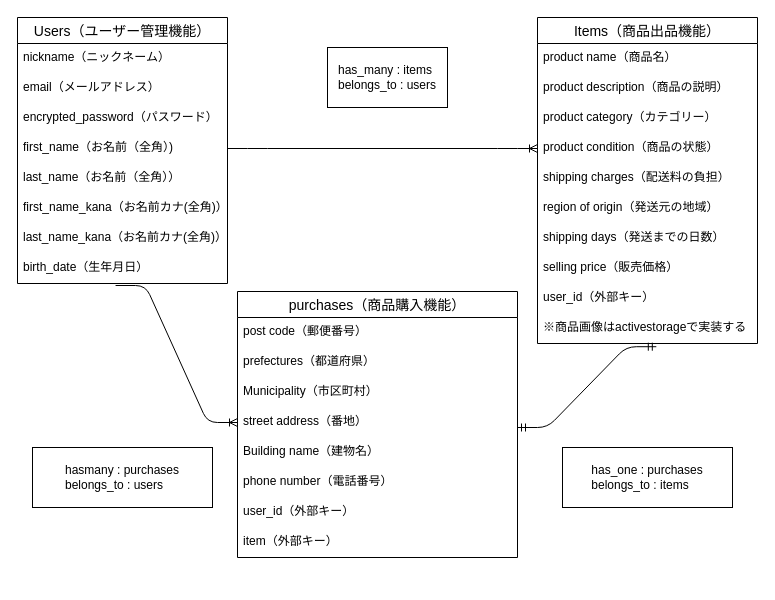
Before: ER.dio in shiraishono/furima-40306, a draw.io diagram. Source tidied: cells renumbered, new cells numbered last; positions are measured from the earlier drawing's top-left corner, leaving out a move shared by most shapes. Both pictures are drawn from the tidied source at 100%, with x=0, y=0 at pixel (17, 17).
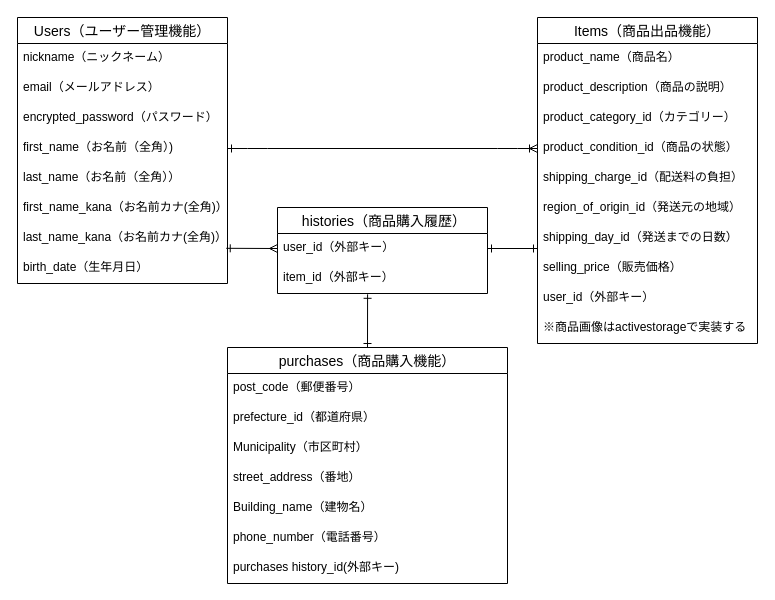
The same diagram, later.

Commit message (it also covers changes not shown here):
データベース設計ver2

The change refers to these unchanged cells:
```xml
<mxCell id="6" value="first_name（お名前（全角）)" style="text;strokeColor=none;fillColor=none;spacingLeft=4;spacingRight=4;overflow=hidden;points=[[0,0.5],[1,0.5]];portConstraint=eastwest;fontSize=12;" parent="2" vertex="1">
  <mxGeometry y="116" width="210" height="30" as="geometry" />
</mxCell>
<mxCell id="10" value="birth_date（生年月日）" style="text;strokeColor=none;fillColor=none;spacingLeft=4;spacingRight=4;overflow=hidden;points=[[0,0.5],[1,0.5]];portConstraint=eastwest;fontSize=12;" parent="2" vertex="1">
  <mxGeometry y="236" width="210" height="30" as="geometry" />
</mxCell>
<mxCell id="11" value="Items（商品出品機能）" style="swimlane;fontStyle=0;horizontal=1;startSize=26;align=center;fontSize=14;" parent="1" vertex="1">
  <mxGeometry x="520" width="220" height="326" as="geometry" />
</mxCell>
<mxCell id="21" value="※商品画像はactivestorageで実装する" style="text;strokeColor=none;fillColor=none;spacingLeft=4;spacingRight=4;overflow=hidden;points=[[0,0.5],[1,0.5]];portConstraint=eastwest;fontSize=12;" parent="11" vertex="1">
  <mxGeometry y="296" width="220" height="30" as="geometry" />
</mxCell>
```

Change to the diagram source:
```diff
@@
-    <mxCell id="12" value="product name（商品名）" style="text;strokeColor=none;fillColor=none;spacingLeft=4;spacingRight=4;overflow=hidden;fontSize=12;" parent="11" vertex="1">
+    <mxCell id="12" value="product_name（商品名）" style="text;strokeColor=none;fillColor=none;spacingLeft=4;spacingRight=4;overflow=hidden;fontSize=12;" parent="11" vertex="1">
       <mxGeometry y="26" width="220" height="30" as="geometry" />
     </mxCell>
-    <mxCell id="13" value="product description（商品の説明）" style="text;strokeColor=none;fillColor=none;spacingLeft=4;spacingRight=4;overflow=hidden;fontSize=12;" parent="11" vertex="1">
+    <mxCell id="13" value="product_description（商品の説明）" style="text;strokeColor=none;fillColor=none;spacingLeft=4;spacingRight=4;overflow=hidden;fontSize=12;" parent="11" vertex="1">
       <mxGeometry y="56" width="220" height="30" as="geometry" />
     </mxCell>
-    <mxCell id="14" value="product category（カテゴリー）" style="text;strokeColor=none;fillColor=none;spacingLeft=4;spacingRight=4;overflow=hidden;fontSize=12;" parent="11" vertex="1">
+    <mxCell id="14" value="product_category_id（カテゴリー）" style="text;strokeColor=none;fillColor=none;spacingLeft=4;spacingRight=4;overflow=hidden;fontSize=12;" parent="11" vertex="1">
       <mxGeometry y="86" width="220" height="30" as="geometry" />
     </mxCell>
-    <mxCell id="15" value="product condition（商品の状態）" style="text;strokeColor=none;fillColor=none;spacingLeft=4;spacingRight=4;overflow=hidden;points=[[0,0.5],[1,0.5]];portConstraint=eastwest;fontSize=12;" parent="11" vertex="1">
+    <mxCell id="15" value="product_condition_id（商品の状態）" style="text;strokeColor=none;fillColor=none;spacingLeft=4;spacingRight=4;overflow=hidden;points=[[0,0.5],[1,0.5]];portConstraint=eastwest;fontSize=12;" parent="11" vertex="1">
       <mxGeometry y="116" width="220" height="30" as="geometry" />
     </mxCell>
-    <mxCell id="16" value="shipping charges（配送料の負担）" style="text;strokeColor=none;fillColor=none;spacingLeft=4;spacingRight=4;overflow=hidden;fontSize=12;" parent="11" vertex="1">
+    <mxCell id="16" value="shipping_charge_id（配送料の負担）" style="text;strokeColor=none;fillColor=none;spacingLeft=4;spacingRight=4;overflow=hidden;fontSize=12;" parent="11" vertex="1">
       <mxGeometry y="146" width="220" height="30" as="geometry" />
     </mxCell>
-    <mxCell id="17" value="region of origin（発送元の地域）" style="text;strokeColor=none;fillColor=none;spacingLeft=4;spacingRight=4;overflow=hidden;fontSize=12;" parent="11" vertex="1">
+    <mxCell id="17" value="region_of_origin_id（発送元の地域）" style="text;strokeColor=none;fillColor=none;spacingLeft=4;spacingRight=4;overflow=hidden;fontSize=12;" parent="11" vertex="1">
       <mxGeometry y="176" width="220" height="30" as="geometry" />
     </mxCell>
-    <mxCell id="18" value="shipping days（発送までの日数）" style="text;strokeColor=none;fillColor=none;spacingLeft=4;spacingRight=4;overflow=hidden;fontSize=12;" parent="11" vertex="1">
+    <mxCell id="18" value="shipping_day_id（発送までの日数）" style="text;strokeColor=none;fillColor=none;spacingLeft=4;spacingRight=4;overflow=hidden;fontSize=12;" parent="11" vertex="1">
       <mxGeometry y="206" width="220" height="30" as="geometry" />
     </mxCell>
-    <mxCell id="19" value="selling price（販売価格）" style="text;strokeColor=none;fillColor=none;spacingLeft=4;spacingRight=4;overflow=hidden;fontSize=12;" parent="11" vertex="1">
+    <mxCell id="19" value="selling_price（販売価格）" style="text;strokeColor=none;fillColor=none;spacingLeft=4;spacingRight=4;overflow=hidden;fontSize=12;" parent="11" vertex="1">
       <mxGeometry y="236" width="220" height="30" as="geometry" />
     </mxCell>
@@
+    <mxCell id="37" style="edgeStyle=none;html=1;exitX=0.5;exitY=0;exitDx=0;exitDy=0;startArrow=ERone;startFill=0;endArrow=ERone;endFill=0;entryX=0.429;entryY=1.027;entryDx=0;entryDy=0;entryPerimeter=0;" parent="1" edge="1" source="22" target="30">
+      <mxGeometry relative="1" as="geometry" />
+    </mxCell>
     <mxCell id="22" value="purchases（商品購入機能）" style="swimlane;fontStyle=0;horizontal=1;startSize=26;align=center;fontSize=14;" parent="1" vertex="1">
-      <mxGeometry x="220" y="274" width="280" height="266" as="geometry" />
+      <mxGeometry x="210" y="330" width="280" height="236" as="geometry" />
     </mxCell>
-    <mxCell id="23" value="post code（郵便番号）" style="text;strokeColor=none;fillColor=none;spacingLeft=4;spacingRight=4;overflow=hidden;fontSize=12;" parent="22" vertex="1">
+    <mxCell id="23" value="post_code（郵便番号）" style="text;strokeColor=none;fillColor=none;spacingLeft=4;spacingRight=4;overflow=hidden;fontSize=12;" parent="22" vertex="1">
       <mxGeometry y="26" width="280" height="30" as="geometry" />
     </mxCell>
-    <mxCell id="24" value="prefectures（都道府県）" style="text;strokeColor=none;fillColor=none;spacingLeft=4;spacingRight=4;overflow=hidden;fontSize=12;" parent="22" vertex="1">
+    <mxCell id="24" value="prefecture_id（都道府県）" style="text;strokeColor=none;fillColor=none;spacingLeft=4;spacingRight=4;overflow=hidden;fontSize=12;" parent="22" vertex="1">
       <mxGeometry y="56" width="280" height="30" as="geometry" />
     </mxCell>
@@
-    <mxCell id="26" value="street address（番地）" style="text;strokeColor=none;fillColor=none;spacingLeft=4;spacingRight=4;overflow=hidden;points=[[0,0.5],[1,0.5]];portConstraint=eastwest;fontSize=12;" parent="22" vertex="1">
+    <mxCell id="26" value="street_address（番地）" style="text;strokeColor=none;fillColor=none;spacingLeft=4;spacingRight=4;overflow=hidden;points=[[0,0.5],[1,0.5]];portConstraint=eastwest;fontSize=12;" parent="22" vertex="1">
       <mxGeometry y="116" width="280" height="30" as="geometry" />
     </mxCell>
-    <mxCell id="27" value="Building name（建物名）" style="text;strokeColor=none;fillColor=none;spacingLeft=4;spacingRight=4;overflow=hidden;fontSize=12;" parent="22" vertex="1">
+    <mxCell id="27" value="Building_name（建物名）" style="text;strokeColor=none;fillColor=none;spacingLeft=4;spacingRight=4;overflow=hidden;fontSize=12;" parent="22" vertex="1">
       <mxGeometry y="146" width="280" height="30" as="geometry" />
     </mxCell>
-    <mxCell id="28" value="phone number（電話番号）" style="text;strokeColor=none;fillColor=none;spacingLeft=4;spacingRight=4;overflow=hidden;fontSize=12;" parent="22" vertex="1">
+    <mxCell id="28" value="phone_number（電話番号）" style="text;strokeColor=none;fillColor=none;spacingLeft=4;spacingRight=4;overflow=hidden;fontSize=12;" parent="22" vertex="1">
       <mxGeometry y="176" width="280" height="30" as="geometry" />
     </mxCell>
+    <mxCell id="38" value="purchases history_id(外部キー)" style="text;strokeColor=none;fillColor=none;spacingLeft=4;spacingRight=4;overflow=hidden;fontSize=12;" parent="22" vertex="1">
+      <mxGeometry y="206" width="280" height="30" as="geometry" />
+    </mxCell>
+    <mxCell id="31" style="edgeStyle=entityRelationEdgeStyle;fontSize=12;html=1;endArrow=ERoneToMany;exitX=1;exitY=0.5;exitDx=0;exitDy=0;entryX=0;entryY=0.5;entryDx=0;entryDy=0;startArrow=ERone;startFill=0;" parent="1" edge="1" source="6" target="15">
+      <mxGeometry relative="1" as="geometry" />
+    </mxCell>
+    <mxCell id="39" value=" histories（商品購入履歴）" style="swimlane;fontStyle=0;horizontal=1;startSize=26;align=center;fontSize=14;" parent="1" vertex="1">
+      <mxGeometry x="260" y="190" width="210" height="86" as="geometry" />
+    </mxCell>
-    <mxCell id="29" value="user_id（外部キー）" style="text;strokeColor=none;fillColor=none;spacingLeft=4;spacingRight=4;overflow=hidden;points=[[0,0.5],[1,0.5]];portConstraint=eastwest;fontSize=12;" parent="22" vertex="1">
-      <mxGeometry y="206" width="280" height="30" as="geometry" />
+    <mxCell id="29" value="user_id（外部キー）" style="text;strokeColor=none;fillColor=none;spacingLeft=4;spacingRight=4;overflow=hidden;points=[[0,0.5],[1,0.5]];portConstraint=eastwest;fontSize=12;" parent="39" vertex="1">
+      <mxGeometry y="26" width="210" height="30" as="geometry" />
     </mxCell>
-    <mxCell id="30" value="item（外部キー）" style="text;strokeColor=none;fillColor=none;spacingLeft=4;spacingRight=4;overflow=hidden;points=[[0,0.5],[1,0.5]];portConstraint=eastwest;fontSize=12;" parent="22" vertex="1">
-      <mxGeometry y="236" width="280" height="30" as="geometry" />
+    <mxCell id="30" value="item_id（外部キー）" style="text;strokeColor=none;fillColor=none;spacingLeft=4;spacingRight=4;overflow=hidden;points=[[0,0.5],[1,0.5]];portConstraint=eastwest;fontSize=12;" parent="39" vertex="1">
+      <mxGeometry y="56" width="210" height="30" as="geometry" />
     </mxCell>
-    <mxCell id="31" style="edgeStyle=entityRelationEdgeStyle;fontSize=12;html=1;endArrow=ERoneToMany;exitX=1;exitY=0.5;exitDx=0;exitDy=0;entryX=0;entryY=0.5;entryDx=0;entryDy=0;" parent="1" edge="1" source="6" target="15">
-      <mxGeometry relative="1" as="geometry" />
-    </mxCell>
-    <mxCell id="32" style="edgeStyle=entityRelationEdgeStyle;fontSize=12;html=1;endArrow=ERoneToMany;entryX=0;entryY=0.5;entryDx=0;entryDy=0;exitX=0.467;exitY=1.067;exitDx=0;exitDy=0;exitPerimeter=0;" parent="1" edge="1" source="10" target="26">
-      <mxGeometry relative="1" as="geometry" />
-    </mxCell>
-    <mxCell id="33" style="edgeStyle=entityRelationEdgeStyle;fontSize=12;html=1;endArrow=ERmandOne;startArrow=ERmandOne;entryX=0.54;entryY=1.107;entryDx=0;entryDy=0;entryPerimeter=0;" parent="1" edge="1" target="21">
-      <mxGeometry relative="1" as="geometry">
-        <mxPoint x="500" y="410" as="sourcePoint" />
-      </mxGeometry>
-    </mxCell>
-    <mxCell id="34" value="&lt;div style=&quot;text-align: left;&quot;&gt;&lt;span style=&quot;background-color: initial;&quot;&gt;has_many : items&lt;/span&gt;&lt;/div&gt;&lt;div style=&quot;text-align: left;&quot;&gt;&lt;span style=&quot;background-color: initial;&quot;&gt;belongs_to : users&lt;/span&gt;&lt;/div&gt;" style="rounded=0;whiteSpace=wrap;html=1;" parent="1" vertex="1">
-      <mxGeometry x="310" y="30" width="120" height="60" as="geometry" />
-    </mxCell>
-    <mxCell id="35" value="has_one : purchases&lt;br&gt;&lt;div style=&quot;text-align: left;&quot;&gt;&lt;span style=&quot;background-color: initial;&quot;&gt;belongs_to : items&lt;/span&gt;&lt;/div&gt;" style="rounded=0;whiteSpace=wrap;html=1;" parent="1" vertex="1">
-      <mxGeometry x="545" y="430" width="170" height="60" as="geometry" />
-    </mxCell>
-    <mxCell id="36" value="hasmany : purchases&lt;br&gt;&lt;div style=&quot;text-align: left;&quot;&gt;&lt;span style=&quot;background-color: initial;&quot;&gt;belongs_to : users&lt;/span&gt;&lt;/div&gt;" style="rounded=0;whiteSpace=wrap;html=1;" parent="1" vertex="1">
-      <mxGeometry x="15" y="430" width="180" height="60" as="geometry" />
-    </mxCell>
+    <mxCell id="40" style="edgeStyle=none;html=1;exitX=0;exitY=0.5;exitDx=0;exitDy=0;entryX=0.994;entryY=-0.173;entryDx=0;entryDy=0;entryPerimeter=0;startArrow=ERmany;startFill=0;endArrow=ERone;endFill=0;" parent="1" edge="1" source="29" target="10">
+      <mxGeometry relative="1" as="geometry" />
+    </mxCell>
+    <mxCell id="41" style="edgeStyle=none;html=1;exitX=1;exitY=0.5;exitDx=0;exitDy=0;startArrow=ERone;startFill=0;endArrow=ERone;endFill=0;" parent="1" edge="1" source="29">
+      <mxGeometry relative="1" as="geometry">
+        <mxPoint x="520" y="231" as="targetPoint" />
+      </mxGeometry>
+    </mxCell>
```
